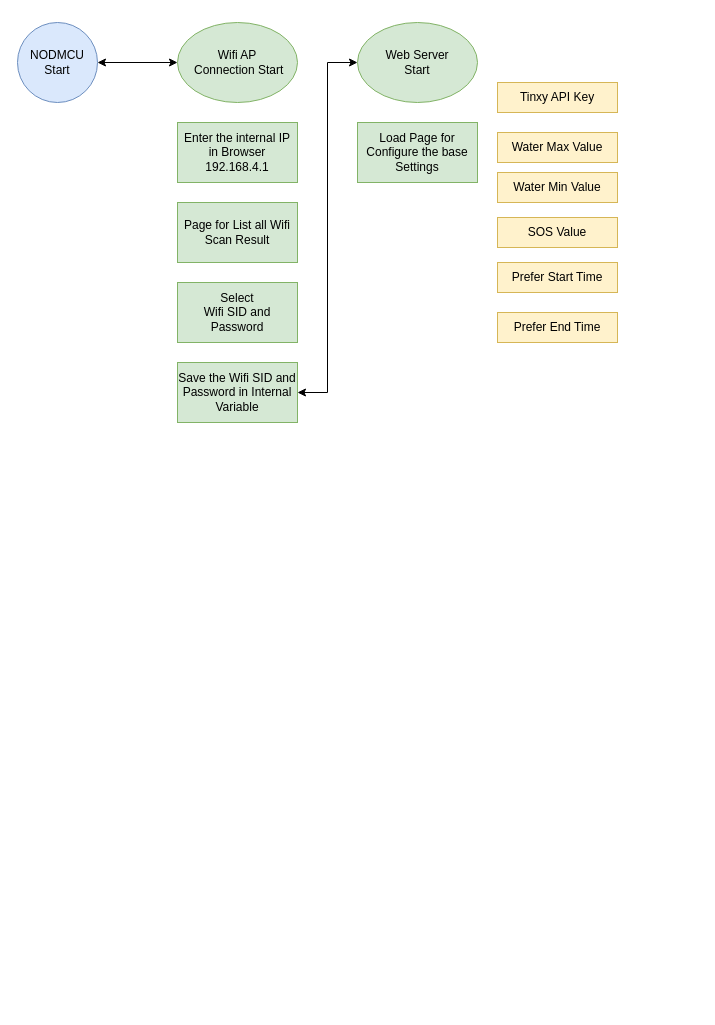
dijin123/nodemcu_projects keeps this draw.io diagram as WaterPumpAutoOnOff/Flow Diagram.drawio. Above is the earlier version. Source tidied: cells renumbered, new cells numbered last; positions are measured from the earlier drawing's top-left corner, leaving out a move shared by most shapes. Both pictures are drawn from the tidied source at 100%, with x=0, y=0 at pixel (17, 22).
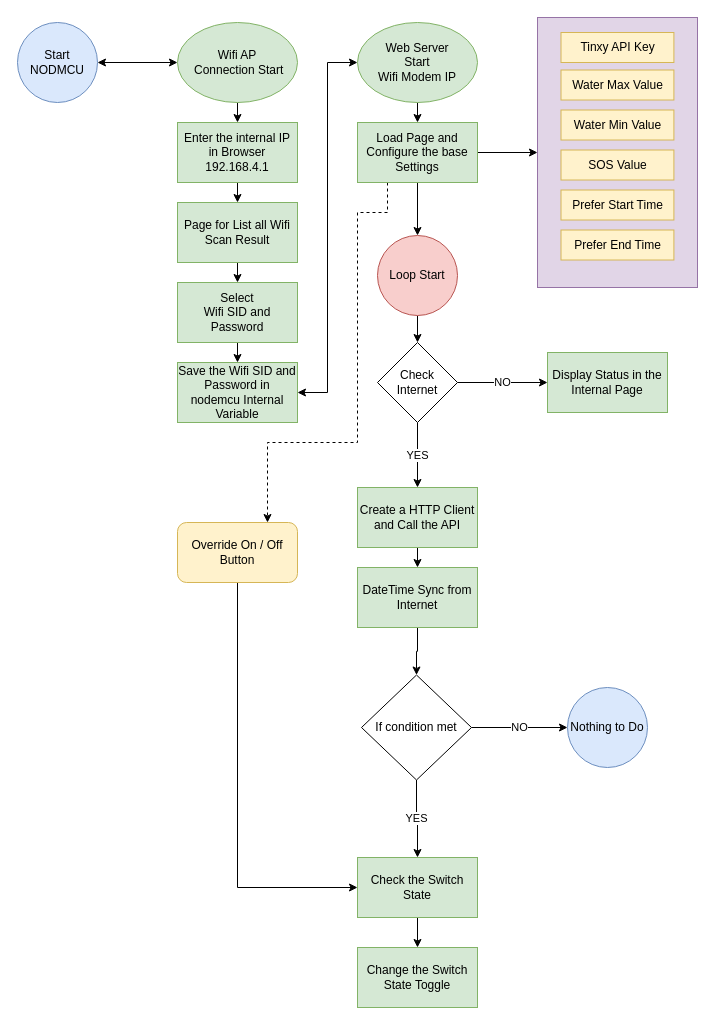
Above is the later version.

Commit message (it also covers changes not shown here):
Update Flow Diagram

The change refers to these unchanged cells:
```xml
<mxCell id="3" value="Select &lt;br&gt;Wifi SID and Password" style="rounded=0;whiteSpace=wrap;html=1;fillColor=#d5e8d4;strokeColor=#82b366;" parent="1" vertex="1">
  <mxGeometry x="160" y="260" width="120" height="60" as="geometry" />
</mxCell>
<mxCell id="4" value="Wifi AP&lt;br&gt;&amp;nbsp;Connection Start&lt;br style=&quot;border-color: var(--border-color);&quot;&gt;" style="ellipse;whiteSpace=wrap;html=1;fillColor=#d5e8d4;strokeColor=#82b366;" parent="1" vertex="1">
  <mxGeometry x="160" width="120" height="80" as="geometry" />
</mxCell>
<mxCell id="8" value="Enter the internal IP in Browser&lt;br&gt;192.168.4.1" style="rounded=0;whiteSpace=wrap;html=1;fillColor=#d5e8d4;strokeColor=#82b366;" parent="1" vertex="1">
  <mxGeometry x="160" y="100" width="120" height="60" as="geometry" />
</mxCell>
<mxCell id="9" value="Page for List all Wifi Scan Result" style="rounded=0;whiteSpace=wrap;html=1;fillColor=#d5e8d4;strokeColor=#82b366;" parent="1" vertex="1">
  <mxGeometry x="160" y="180" width="120" height="60" as="geometry" />
</mxCell>
```

Diff of the diagram source:
```diff
@@
-    <mxCell id="2" value="NODMCU&lt;br&gt;Start" style="ellipse;whiteSpace=wrap;html=1;fillColor=#dae8fc;strokeColor=#6c8ebf;" parent="1" vertex="1">
+    <mxCell id="2" value="Start NODMCU" style="ellipse;whiteSpace=wrap;html=1;fillColor=#dae8fc;strokeColor=#6c8ebf;" parent="1" vertex="1">
       <mxGeometry width="80" height="80" as="geometry" />
     </mxCell>
+    <mxCell id="18" style="edgeStyle=orthogonalEdgeStyle;rounded=0;jettySize=auto;html=1;exitX=0.5;exitY=1;exitDx=0;exitDy=0;entryX=0.5;entryY=0;entryDx=0;entryDy=0;" parent="1" edge="1" source="3" target="5">
+      <mxGeometry relative="1" as="geometry" />
+    </mxCell>
@@
+    <mxCell id="19" style="edgeStyle=orthogonalEdgeStyle;rounded=0;jettySize=auto;html=1;exitX=0.5;exitY=1;exitDx=0;exitDy=0;entryX=0.5;entryY=0;entryDx=0;entryDy=0;" parent="1" edge="1" source="4" target="8">
+      <mxGeometry relative="1" as="geometry" />
+    </mxCell>
@@
-    <mxCell id="5" value="Save the Wifi SID and Password in Internal Variable" style="rounded=0;whiteSpace=wrap;html=1;fillColor=#d5e8d4;strokeColor=#82b366;" parent="1" vertex="1">
+    <mxCell id="5" value="Save the Wifi SID and Password in nodemcu Internal Variable" style="rounded=0;whiteSpace=wrap;html=1;fillColor=#d5e8d4;strokeColor=#82b366;" parent="1" vertex="1">
       <mxGeometry x="160" y="340" width="120" height="60" as="geometry" />
     </mxCell>
@@
+    <mxCell id="20" style="edgeStyle=orthogonalEdgeStyle;rounded=0;jettySize=auto;html=1;exitX=0.5;exitY=1;exitDx=0;exitDy=0;entryX=0.5;entryY=0;entryDx=0;entryDy=0;" parent="1" edge="1" source="7" target="11">
+      <mxGeometry relative="1" as="geometry" />
+    </mxCell>
-    <mxCell id="7" value="Web Server&lt;br&gt;Start" style="ellipse;whiteSpace=wrap;html=1;fillColor=#d5e8d4;strokeColor=#82b366;" parent="1" vertex="1">
+    <mxCell id="7" value="Web Server&lt;br&gt;Start&lt;br&gt;Wifi Modem IP" style="ellipse;whiteSpace=wrap;html=1;fillColor=#d5e8d4;strokeColor=#82b366;" parent="1" vertex="1">
       <mxGeometry x="340" width="120" height="80" as="geometry" />
     </mxCell>
+    <mxCell id="21" style="edgeStyle=orthogonalEdgeStyle;rounded=0;jettySize=auto;html=1;exitX=0.5;exitY=1;exitDx=0;exitDy=0;entryX=0.5;entryY=0;entryDx=0;entryDy=0;" parent="1" edge="1" source="8" target="9">
+      <mxGeometry relative="1" as="geometry" />
+    </mxCell>
@@
+    <mxCell id="22" style="edgeStyle=orthogonalEdgeStyle;rounded=0;jettySize=auto;html=1;exitX=0.5;exitY=1;exitDx=0;exitDy=0;entryX=0.5;entryY=0;entryDx=0;entryDy=0;" parent="1" edge="1" source="9" target="3">
+      <mxGeometry relative="1" as="geometry" />
+    </mxCell>
@@
+    <mxCell id="23" style="edgeStyle=orthogonalEdgeStyle;rounded=0;jettySize=auto;html=1;exitX=1;exitY=0.5;exitDx=0;exitDy=0;entryX=0;entryY=0.5;entryDx=0;entryDy=0;" parent="1" edge="1" source="11" target="46">
+      <mxGeometry relative="1" as="geometry" />
+    </mxCell>
+    <mxCell id="24" style="edgeStyle=orthogonalEdgeStyle;rounded=0;jettySize=auto;html=1;exitX=0.5;exitY=1;exitDx=0;exitDy=0;" parent="1" edge="1" source="11" target="30">
+      <mxGeometry relative="1" as="geometry" />
+    </mxCell>
+    <mxCell id="25" style="edgeStyle=orthogonalEdgeStyle;rounded=0;jettySize=auto;html=1;exitX=0.25;exitY=1;exitDx=0;exitDy=0;entryX=0.75;entryY=0;entryDx=0;entryDy=0;dashed=1;" parent="1" edge="1" source="11" target="44">
+      <mxGeometry relative="1" as="geometry">
+        <Array as="points">
+          <mxPoint x="370" y="190" />
+          <mxPoint x="340" y="190" />
+          <mxPoint x="340" y="420" />
+          <mxPoint x="250" y="420" />
+        </Array>
+      </mxGeometry>
+    </mxCell>
-    <mxCell id="11" value="Load Page for Configure the base Settings" style="rounded=0;whiteSpace=wrap;html=1;fillColor=#d5e8d4;strokeColor=#82b366;" parent="1" vertex="1">
+    <mxCell id="11" value="Load Page and Configure the base Settings" style="rounded=0;whiteSpace=wrap;html=1;fillColor=#d5e8d4;strokeColor=#82b366;" parent="1" vertex="1">
       <mxGeometry x="340" y="100" width="120" height="60" as="geometry" />
     </mxCell>
+    <mxCell id="26" value="NO" style="edgeStyle=orthogonalEdgeStyle;rounded=0;jettySize=auto;html=1;exitX=1;exitY=0.5;exitDx=0;exitDy=0;entryX=0;entryY=0.5;entryDx=0;entryDy=0;" parent="1" edge="1" source="28" target="31">
+      <mxGeometry relative="1" as="geometry" />
+    </mxCell>
+    <mxCell id="27" value="YES" style="edgeStyle=orthogonalEdgeStyle;rounded=0;jettySize=auto;html=1;exitX=0.5;exitY=1;exitDx=0;exitDy=0;entryX=0.5;entryY=0;entryDx=0;entryDy=0;" parent="1" edge="1" source="28" target="34">
+      <mxGeometry relative="1" as="geometry" />
+    </mxCell>
+    <mxCell id="28" value="If condition met" style="rhombus;whiteSpace=wrap;html=1;" parent="1" vertex="1">
+      <mxGeometry x="344" y="652.5" width="110" height="105" as="geometry" />
+    </mxCell>
+    <mxCell id="29" style="edgeStyle=orthogonalEdgeStyle;rounded=0;jettySize=auto;html=1;exitX=0.5;exitY=1;exitDx=0;exitDy=0;" parent="1" edge="1" source="30" target="41">
+      <mxGeometry relative="1" as="geometry" />
+    </mxCell>
+    <mxCell id="30" value="Loop Start" style="ellipse;whiteSpace=wrap;html=1;fillColor=#f8cecc;strokeColor=#b85450;" parent="1" vertex="1">
+      <mxGeometry x="360" y="213" width="80" height="80" as="geometry" />
+    </mxCell>
+    <mxCell id="31" value="Nothing to Do" style="ellipse;whiteSpace=wrap;html=1;fillColor=#dae8fc;strokeColor=#6c8ebf;" parent="1" vertex="1">
+      <mxGeometry x="550" y="665" width="80" height="80" as="geometry" />
+    </mxCell>
+    <mxCell id="32" value="Change the Switch State Toggle" style="rounded=0;whiteSpace=wrap;html=1;fillColor=#d5e8d4;strokeColor=#82b366;" parent="1" vertex="1">
+      <mxGeometry x="340" y="925" width="120" height="60" as="geometry" />
+    </mxCell>
+    <mxCell id="33" style="edgeStyle=orthogonalEdgeStyle;rounded=0;jettySize=auto;html=1;" parent="1" edge="1" source="34" target="32">
+      <mxGeometry relative="1" as="geometry" />
+    </mxCell>
+    <mxCell id="34" value="Check the Switch State" style="rounded=0;whiteSpace=wrap;html=1;fillColor=#d5e8d4;strokeColor=#82b366;" parent="1" vertex="1">
+      <mxGeometry x="340" y="835" width="120" height="60" as="geometry" />
+    </mxCell>
+    <mxCell id="35" style="edgeStyle=orthogonalEdgeStyle;rounded=0;jettySize=auto;html=1;exitX=0.5;exitY=1;exitDx=0;exitDy=0;entryX=0.5;entryY=0;entryDx=0;entryDy=0;" parent="1" edge="1" source="36" target="38">
+      <mxGeometry relative="1" as="geometry" />
+    </mxCell>
+    <mxCell id="36" value="Create a HTTP Client and Call the API" style="rounded=0;whiteSpace=wrap;html=1;fillColor=#d5e8d4;strokeColor=#82b366;" parent="1" vertex="1">
+      <mxGeometry x="340" y="465" width="120" height="60" as="geometry" />
+    </mxCell>
+    <mxCell id="37" style="edgeStyle=orthogonalEdgeStyle;rounded=0;jettySize=auto;html=1;exitX=0.5;exitY=1;exitDx=0;exitDy=0;entryX=0.5;entryY=0;entryDx=0;entryDy=0;" parent="1" edge="1" source="38" target="28">
+      <mxGeometry relative="1" as="geometry" />
+    </mxCell>
+    <mxCell id="38" value="DateTime Sync from Internet" style="rounded=0;whiteSpace=wrap;html=1;fillColor=#d5e8d4;strokeColor=#82b366;" parent="1" vertex="1">
+      <mxGeometry x="340" y="545" width="120" height="60" as="geometry" />
+    </mxCell>
+    <mxCell id="39" value="NO" style="edgeStyle=orthogonalEdgeStyle;rounded=0;jettySize=auto;html=1;" parent="1" edge="1" source="41" target="42">
+      <mxGeometry relative="1" as="geometry" />
+    </mxCell>
+    <mxCell id="40" value="YES" style="edgeStyle=orthogonalEdgeStyle;rounded=0;jettySize=auto;html=1;" parent="1" edge="1" source="41" target="36">
+      <mxGeometry relative="1" as="geometry" />
+    </mxCell>
+    <mxCell id="41" value="Check Internet" style="rhombus;whiteSpace=wrap;html=1;" parent="1" vertex="1">
+      <mxGeometry x="360" y="320" width="80" height="80" as="geometry" />
+    </mxCell>
+    <mxCell id="42" value="Display Status in the Internal Page" style="rounded=0;whiteSpace=wrap;html=1;fillColor=#d5e8d4;strokeColor=#82b366;" parent="1" vertex="1">
+      <mxGeometry x="530" y="330" width="120" height="60" as="geometry" />
+    </mxCell>
+    <mxCell id="43" style="edgeStyle=orthogonalEdgeStyle;rounded=0;jettySize=auto;html=1;exitX=0.5;exitY=1;exitDx=0;exitDy=0;entryX=0;entryY=0.5;entryDx=0;entryDy=0;" parent="1" edge="1" source="44" target="34">
+      <mxGeometry relative="1" as="geometry" />
+    </mxCell>
+    <mxCell id="44" value="Override On / Off Button" style="rounded=1;whiteSpace=wrap;html=1;fillColor=#fff2cc;strokeColor=#d6b656;" parent="1" vertex="1">
+      <mxGeometry x="160" y="500" width="120" height="60" as="geometry" />
+    </mxCell>
+    <mxCell id="45" style="group;" parent="1" vertex="1">
+      <mxGeometry x="520" y="-5" width="160" height="270" as="geometry" />
+    </mxCell>
+    <mxCell id="46" style="rounded=0;whiteSpace=wrap;html=1;fillColor=#e1d5e7;strokeColor=#9673a6;" parent="45" vertex="1">
+      <mxGeometry width="160" height="270" as="geometry" />
+    </mxCell>
-    <mxCell id="12" value="Tinxy API Key" style="rounded=0;whiteSpace=wrap;html=1;fillColor=#fff2cc;strokeColor=#d6b656;" parent="1" vertex="1">
-      <mxGeometry x="480" y="60" width="120" height="30" as="geometry" />
+    <mxCell id="12" value="Tinxy API Key" style="rounded=0;whiteSpace=wrap;html=1;fillColor=#fff2cc;strokeColor=#d6b656;" parent="45" vertex="1">
+      <mxGeometry x="23.5" y="15" width="112.9" height="30" as="geometry" />
     </mxCell>
-    <mxCell id="13" value="Water Max Value" style="rounded=0;whiteSpace=wrap;html=1;fillColor=#fff2cc;strokeColor=#d6b656;" parent="1" vertex="1">
-      <mxGeometry x="480" y="110" width="120" height="30" as="geometry" />
+    <mxCell id="13" value="Water Max Value" style="rounded=0;whiteSpace=wrap;html=1;fillColor=#fff2cc;strokeColor=#d6b656;" parent="45" vertex="1">
+      <mxGeometry x="23.5" y="52.5" width="112.9" height="30" as="geometry" />
     </mxCell>
-    <mxCell id="14" value="Water Min Value" style="rounded=0;whiteSpace=wrap;html=1;fillColor=#fff2cc;strokeColor=#d6b656;" parent="1" vertex="1">
-      <mxGeometry x="480" y="150" width="120" height="30" as="geometry" />
+    <mxCell id="14" value="Water Min Value" style="rounded=0;whiteSpace=wrap;html=1;fillColor=#fff2cc;strokeColor=#d6b656;" parent="45" vertex="1">
+      <mxGeometry x="23.5" y="92.5" width="112.9" height="30" as="geometry" />
     </mxCell>
-    <mxCell id="15" value="SOS Value" style="rounded=0;whiteSpace=wrap;html=1;fillColor=#fff2cc;strokeColor=#d6b656;" parent="1" vertex="1">
-      <mxGeometry x="480" y="195" width="120" height="30" as="geometry" />
+    <mxCell id="15" value="SOS Value" style="rounded=0;whiteSpace=wrap;html=1;fillColor=#fff2cc;strokeColor=#d6b656;" parent="45" vertex="1">
+      <mxGeometry x="23.5" y="132.5" width="112.9" height="30" as="geometry" />
     </mxCell>
-    <mxCell id="16" value="Prefer Start Time" style="rounded=0;whiteSpace=wrap;html=1;fillColor=#fff2cc;strokeColor=#d6b656;" parent="1" vertex="1">
-      <mxGeometry x="480" y="240" width="120" height="30" as="geometry" />
+    <mxCell id="16" value="Prefer Start Time" style="rounded=0;whiteSpace=wrap;html=1;fillColor=#fff2cc;strokeColor=#d6b656;" parent="45" vertex="1">
+      <mxGeometry x="23.5" y="172.5" width="112.9" height="30" as="geometry" />
     </mxCell>
-    <mxCell id="17" value="Prefer End Time" style="rounded=0;whiteSpace=wrap;html=1;fillColor=#fff2cc;strokeColor=#d6b656;" parent="1" vertex="1">
-      <mxGeometry x="480" y="290" width="120" height="30" as="geometry" />
+    <mxCell id="17" value="Prefer End Time" style="rounded=0;whiteSpace=wrap;html=1;fillColor=#fff2cc;strokeColor=#d6b656;" parent="45" vertex="1">
+      <mxGeometry x="23.5" y="212.5" width="112.9" height="30" as="geometry" />
     </mxCell>
```
